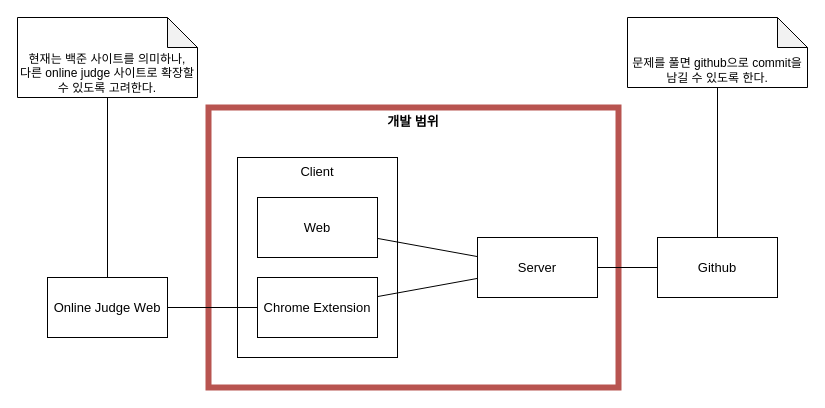
Earlier version of the draw.io diagram codam.drawio (woo-woong/codam). Source tidied: cells renumbered, new cells numbered last; positions are measured from the earlier drawing's top-left corner, leaving out a move shared by most shapes. Both pictures are drawn from the tidied source at 100%, with x=0, y=0 at pixel (17, 17).
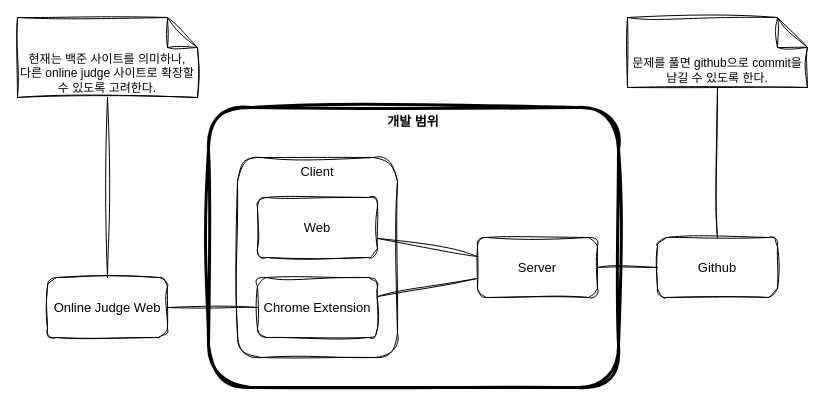
The same page after the edit.

What changed in the source:
```diff
@@
 <mxGraphModel>
   <root>
     <mxCell id="0" />
     <mxCell id="1" parent="0" />
-    <mxCell id="2" value="개발 범위" style="rounded=0;whiteSpace=wrap;html=1;verticalAlign=top;fontSize=13;fillColor=none;strokeColor=#b85450;fontStyle=1;strokeWidth=6;" parent="1" vertex="1">
+    <mxCell id="2" value="개발 범위" style="rounded=1;whiteSpace=wrap;html=1;verticalAlign=top;fontSize=13;fillColor=none;fontStyle=1;strokeWidth=3;labelBackgroundColor=none;shadow=0;sketch=1;curveFitting=1;jiggle=2;" parent="1" vertex="1">
       <mxGeometry x="191" y="90" width="410" height="280" as="geometry" />
     </mxCell>
-    <mxCell id="3" value="Client" style="rounded=0;whiteSpace=wrap;html=1;verticalAlign=top;fontSize=13;" parent="1" vertex="1">
+    <mxCell id="3" value="Client" style="rounded=1;whiteSpace=wrap;html=1;verticalAlign=top;fontSize=13;labelBackgroundColor=none;shadow=0;sketch=1;curveFitting=1;jiggle=2;" parent="1" vertex="1">
       <mxGeometry x="220" y="140" width="160" height="200" as="geometry" />
     </mxCell>
-    <mxCell id="4" value="Server" style="rounded=0;whiteSpace=wrap;html=1;fontSize=13;" parent="1" vertex="1">
+    <mxCell id="4" value="Server" style="rounded=1;whiteSpace=wrap;html=1;fontSize=13;labelBackgroundColor=none;shadow=0;sketch=1;curveFitting=1;jiggle=2;" parent="1" vertex="1">
       <mxGeometry x="460" y="220" width="120" height="60" as="geometry" />
     </mxCell>
-    <mxCell id="5" value="Web" style="rounded=0;whiteSpace=wrap;html=1;fontSize=13;" parent="1" vertex="1">
+    <mxCell id="5" value="Web" style="rounded=1;whiteSpace=wrap;html=1;fontSize=13;labelBackgroundColor=none;shadow=0;sketch=1;curveFitting=1;jiggle=2;" parent="1" vertex="1">
       <mxGeometry x="240" y="180" width="120" height="60" as="geometry" />
     </mxCell>
-    <mxCell id="6" value="Chrome Extension" style="rounded=0;whiteSpace=wrap;html=1;fontSize=13;" parent="1" vertex="1">
+    <mxCell id="6" value="Chrome Extension" style="rounded=1;whiteSpace=wrap;html=1;fontSize=13;labelBackgroundColor=none;shadow=0;sketch=1;curveFitting=1;jiggle=2;" parent="1" vertex="1">
       <mxGeometry x="240" y="260" width="120" height="60" as="geometry" />
     </mxCell>
-    <mxCell id="7" value="Online Judge Web" style="rounded=0;whiteSpace=wrap;html=1;fontSize=13;" parent="1" vertex="1">
+    <mxCell id="7" value="Online Judge Web" style="rounded=1;whiteSpace=wrap;html=1;fontSize=13;labelBackgroundColor=none;shadow=0;sketch=1;curveFitting=1;jiggle=2;" parent="1" vertex="1">
       <mxGeometry x="30" y="260" width="120" height="60" as="geometry" />
     </mxCell>
-    <mxCell id="8" style="endArrow=none;html=1;rounded=0;fontSize=13;" parent="1" edge="1" source="6" target="7">
+    <mxCell id="8" style="endArrow=none;html=1;rounded=1;fontSize=13;labelBackgroundColor=none;fontColor=default;shadow=0;sketch=1;curveFitting=1;jiggle=2;" parent="1" edge="1" source="6" target="7">
       <mxGeometry relative="1" as="geometry" />
     </mxCell>
-    <mxCell id="9" style="endArrow=none;html=1;rounded=0;fontSize=13;" parent="1" edge="1" source="6" target="4">
+    <mxCell id="9" style="endArrow=none;html=1;rounded=1;fontSize=13;labelBackgroundColor=none;fontColor=default;shadow=0;sketch=1;curveFitting=1;jiggle=2;" parent="1" edge="1" source="6" target="4">
       <mxGeometry relative="1" as="geometry" />
     </mxCell>
-    <mxCell id="10" style="endArrow=none;html=1;rounded=0;fontSize=13;" parent="1" edge="1" source="4" target="5">
+    <mxCell id="10" style="endArrow=none;html=1;rounded=1;fontSize=13;labelBackgroundColor=none;fontColor=default;shadow=0;sketch=1;curveFitting=1;jiggle=2;" parent="1" edge="1" source="4" target="5">
       <mxGeometry relative="1" as="geometry" />
     </mxCell>
-    <mxCell id="11" value="현재는 백준 사이트를 의미하나,&lt;br&gt;다른 online judge 사이트로 확장할 수 있도록 고려한다." style="shape=note;whiteSpace=wrap;html=1;backgroundOutline=1;darkOpacity=0.05;verticalAlign=bottom;" parent="1" vertex="1">
+    <mxCell id="11" value="현재는 백준 사이트를 의미하나,&lt;br&gt;다른 online judge 사이트로 확장할 수 있도록 고려한다." style="shape=note;whiteSpace=wrap;html=1;backgroundOutline=1;darkOpacity=0.05;verticalAlign=bottom;rounded=1;labelBackgroundColor=none;shadow=0;sketch=1;curveFitting=1;jiggle=2;" parent="1" vertex="1">
       <mxGeometry width="180" height="80" as="geometry" />
     </mxCell>
-    <mxCell id="12" style="endArrow=none;html=1;rounded=0;fontSize=13;" parent="1" edge="1" source="7" target="11">
+    <mxCell id="12" style="endArrow=none;html=1;rounded=1;fontSize=13;labelBackgroundColor=none;fontColor=default;shadow=0;sketch=1;curveFitting=1;jiggle=2;" parent="1" edge="1" source="7" target="11">
       <mxGeometry relative="1" as="geometry" />
     </mxCell>
-    <mxCell id="13" value="Github" style="rounded=0;whiteSpace=wrap;html=1;fontSize=13;" parent="1" vertex="1">
+    <mxCell id="13" value="Github" style="rounded=1;whiteSpace=wrap;html=1;fontSize=13;labelBackgroundColor=none;shadow=0;sketch=1;curveFitting=1;jiggle=2;" parent="1" vertex="1">
       <mxGeometry x="640" y="220" width="120" height="60" as="geometry" />
     </mxCell>
-    <mxCell id="14" style="endArrow=none;html=1;rounded=0;fontSize=13;" parent="1" edge="1" source="4" target="13">
+    <mxCell id="14" style="endArrow=none;html=1;rounded=1;fontSize=13;labelBackgroundColor=none;fontColor=default;shadow=0;sketch=1;curveFitting=1;jiggle=2;" parent="1" edge="1" source="4" target="13">
       <mxGeometry relative="1" as="geometry" />
     </mxCell>
-    <mxCell id="15" value="문제를 풀면 github으로 commit을 남길 수 있도록 한다." style="shape=note;whiteSpace=wrap;html=1;backgroundOutline=1;darkOpacity=0.05;verticalAlign=bottom;" parent="1" vertex="1">
+    <mxCell id="15" value="문제를 풀면 github으로 commit을 남길 수 있도록 한다." style="shape=note;whiteSpace=wrap;html=1;backgroundOutline=1;darkOpacity=0.05;verticalAlign=bottom;rounded=1;labelBackgroundColor=none;shadow=0;sketch=1;curveFitting=1;jiggle=2;" parent="1" vertex="1">
       <mxGeometry x="610" width="180" height="70" as="geometry" />
     </mxCell>
-    <mxCell id="16" style="endArrow=none;html=1;rounded=0;fontSize=13;" parent="1" edge="1" source="13" target="15">
+    <mxCell id="16" style="endArrow=none;html=1;rounded=1;fontSize=13;labelBackgroundColor=none;fontColor=default;shadow=0;sketch=1;curveFitting=1;jiggle=2;" parent="1" edge="1" source="13" target="15">
       <mxGeometry relative="1" as="geometry" />
     </mxCell>
   </root>
 </mxGraphModel>
```
